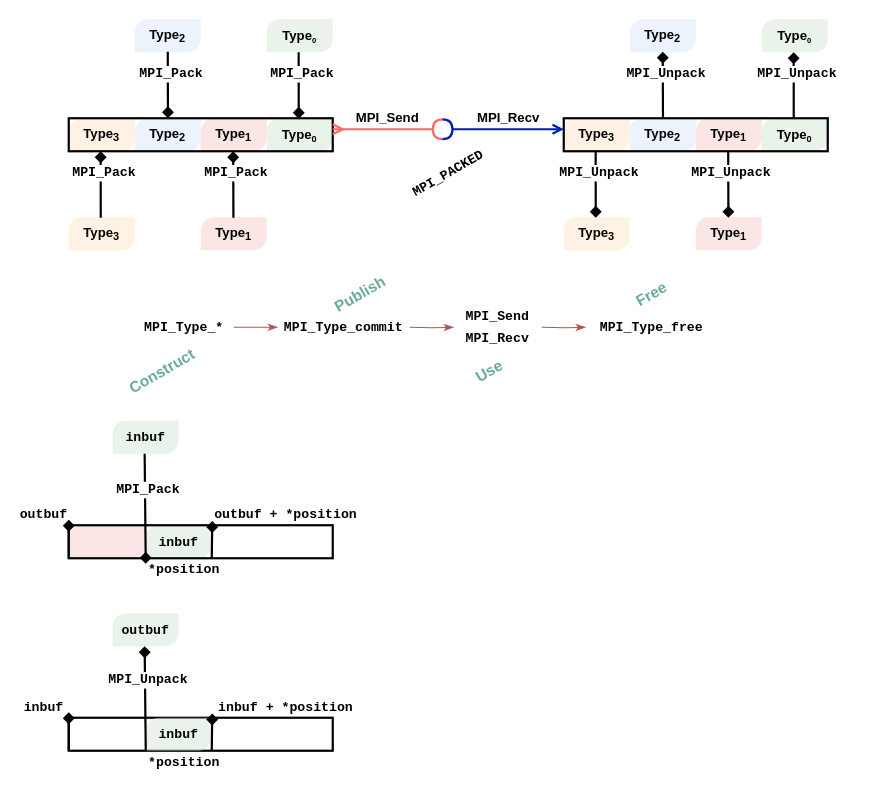
ENCCS/intermediate-mpi keeps this draw.io diagram as content/diagrams/derived-datatypes.drawio. Above is the earlier version. Source tidied: cells renumbered, new cells numbered last; positions are measured from the earlier drawing's top-left corner, leaving out a move shared by most shapes. Both pictures are drawn from the tidied source at 110%, with x=0, y=0 at pixel (19, 19).
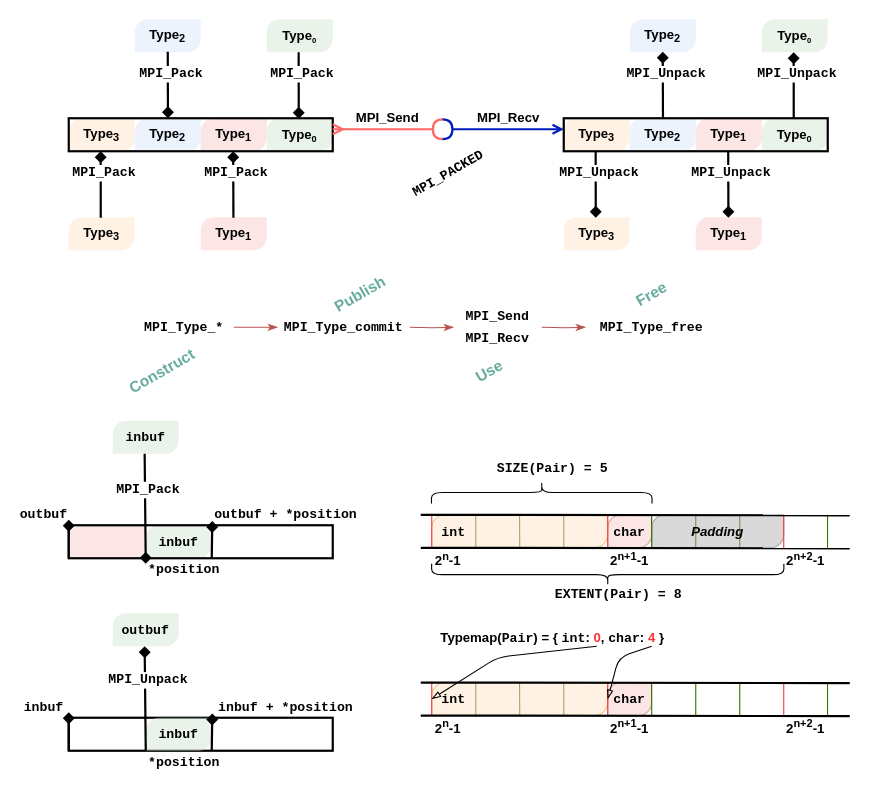
The same diagram, later.

Diff of the diagram source:
```diff
@@
+    <mxCell id="94" style="endArrow=none;html=1;strokeColor=#2D7600;fillColor=#60a917;" parent="1" edge="1">
+      <mxGeometry relative="1" as="geometry">
+        <mxPoint x="655" y="450.5" as="sourcePoint" />
+        <mxPoint x="655" y="480.5" as="targetPoint" />
+      </mxGeometry>
+    </mxCell>
+    <mxCell id="95" style="endArrow=none;html=1;strokeColor=#2D7600;fillColor=#60a917;" parent="1" edge="1">
+      <mxGeometry relative="1" as="geometry">
+        <mxPoint x="615" y="450.5" as="sourcePoint" />
+        <mxPoint x="615" y="480.5" as="targetPoint" />
+      </mxGeometry>
+    </mxCell>
+    <mxCell id="96" style="verticalLabelPosition=bottom;verticalAlign=top;html=1;shape=mxgraph.basic.diag_round_rect;dx=6;shadow=0;opacity=50;fontFamily=Helvetica;strokeColor=#666666;fontColor=#333333;fillColor=#B3B3B3;" parent="1" vertex="1">
+      <mxGeometry x="575" y="450.5" width="120" height="30" as="geometry" />
+    </mxCell>
+    <mxCell id="97" style="endArrow=none;html=1;strokeColor=#2D7600;fillColor=#60a917;" parent="1" edge="1">
+      <mxGeometry relative="1" as="geometry">
+        <mxPoint x="495" y="450.5" as="sourcePoint" />
+        <mxPoint x="495" y="480.5" as="targetPoint" />
+      </mxGeometry>
+    </mxCell>
+    <mxCell id="98" style="endArrow=none;html=1;strokeColor=#2D7600;fillColor=#60a917;" parent="1" edge="1">
+      <mxGeometry relative="1" as="geometry">
+        <mxPoint x="454.8" y="450.5" as="sourcePoint" />
+        <mxPoint x="455" y="480.5" as="targetPoint" />
+      </mxGeometry>
+    </mxCell>
+    <mxCell id="99" style="endArrow=none;html=1;strokeColor=#2D7600;fillColor=#60a917;" parent="1" edge="1">
+      <mxGeometry relative="1" as="geometry">
+        <mxPoint x="415" y="449.7" as="sourcePoint" />
+        <mxPoint x="415" y="481.5" as="targetPoint" />
+      </mxGeometry>
+    </mxCell>
+    <mxCell id="100" style="verticalLabelPosition=bottom;verticalAlign=top;html=1;shape=mxgraph.basic.diag_round_rect;dx=6;shadow=0;fillColor=#f8cecc;opacity=50;fontFamily=Helvetica;strokeColor=#b85450;" parent="1" vertex="1">
+      <mxGeometry x="535" y="450.5" width="40" height="30" as="geometry" />
+    </mxCell>
+    <mxCell id="101" style="verticalLabelPosition=bottom;verticalAlign=top;html=1;shape=mxgraph.basic.diag_round_rect;dx=6;shadow=0;fillColor=#ffe6cc;opacity=50;fontFamily=Helvetica;strokeColor=#d79b00;" parent="1" vertex="1">
+      <mxGeometry x="375" y="450.5" width="160" height="30" as="geometry" />
+    </mxCell>
@@
+    <mxCell id="102" value="&lt;b&gt;2&lt;sup&gt;n&lt;/sup&gt;-1&lt;/b&gt;" style="text;html=1;strokeColor=none;fillColor=none;align=center;verticalAlign=middle;whiteSpace=wrap;rounded=0;" parent="1" vertex="1">
+      <mxGeometry x="375" y="480.5" width="30" height="20" as="geometry" />
+    </mxCell>
+    <mxCell id="103" style="endArrow=none;html=1;entryX=0.5;entryY=1;entryDx=0;entryDy=0;strokeColor=#FF3333;" parent="1" edge="1">
+      <mxGeometry relative="1" as="geometry">
+        <mxPoint x="535" y="450" as="sourcePoint" />
+        <mxPoint x="535" y="480.5" as="targetPoint" />
+      </mxGeometry>
+    </mxCell>
+    <mxCell id="104" style="endArrow=none;html=1;strokeColor=#2D7600;fillColor=#60a917;" parent="1" edge="1">
+      <mxGeometry relative="1" as="geometry">
+        <mxPoint x="574.8" y="450.5" as="sourcePoint" />
+        <mxPoint x="575" y="480.5" as="targetPoint" />
+      </mxGeometry>
+    </mxCell>
+    <mxCell id="105" value="&lt;b&gt;2&lt;sup&gt;n+1&lt;/sup&gt;-1&lt;/b&gt;" style="text;html=1;strokeColor=none;fillColor=none;align=center;verticalAlign=middle;whiteSpace=wrap;rounded=0;" parent="1" vertex="1">
+      <mxGeometry x="535" y="480.5" width="40" height="20" as="geometry" />
+    </mxCell>
+    <mxCell id="106" style="endArrow=none;html=1;entryX=0.5;entryY=1;entryDx=0;entryDy=0;strokeColor=#FF3333;" parent="1" edge="1">
+      <mxGeometry relative="1" as="geometry">
+        <mxPoint x="375" y="449.5" as="sourcePoint" />
+        <mxPoint x="375" y="480.5" as="targetPoint" />
+      </mxGeometry>
+    </mxCell>
+    <mxCell id="107" value="&lt;font face=&quot;Courier New&quot;&gt;&lt;b&gt;int&lt;/b&gt;&lt;/font&gt;" style="text;html=1;strokeColor=none;fillColor=none;align=center;verticalAlign=middle;whiteSpace=wrap;rounded=0;" parent="1" vertex="1">
+      <mxGeometry x="375" y="455.5" width="40" height="20" as="geometry" />
+    </mxCell>
+    <mxCell id="108" value="&lt;font face=&quot;Courier New&quot;&gt;&lt;b&gt;char&lt;/b&gt;&lt;/font&gt;" style="text;html=1;strokeColor=none;fillColor=none;align=center;verticalAlign=middle;whiteSpace=wrap;rounded=0;" parent="1" vertex="1">
+      <mxGeometry x="535" y="455.5" width="40" height="20" as="geometry" />
+    </mxCell>
+    <mxCell id="109" style="endArrow=none;html=1;entryX=0.5;entryY=1;entryDx=0;entryDy=0;strokeColor=#FF3333;" parent="1" edge="1">
+      <mxGeometry relative="1" as="geometry">
+        <mxPoint x="695" y="450.5" as="sourcePoint" />
+        <mxPoint x="695" y="481" as="targetPoint" />
+      </mxGeometry>
+    </mxCell>
+    <mxCell id="110" value="&lt;b&gt;2&lt;sup&gt;n+2&lt;/sup&gt;-1&lt;/b&gt;" style="text;html=1;strokeColor=none;fillColor=none;align=center;verticalAlign=middle;whiteSpace=wrap;rounded=0;" parent="1" vertex="1">
+      <mxGeometry x="695" y="480.5" width="40" height="20" as="geometry" />
+    </mxCell>
+    <mxCell id="111" style="endArrow=none;html=1;strokeColor=#2D7600;fillColor=#60a917;" parent="1" edge="1">
+      <mxGeometry relative="1" as="geometry">
+        <mxPoint x="734.8" y="450.5" as="sourcePoint" />
+        <mxPoint x="734.8" y="480.5" as="targetPoint" />
+      </mxGeometry>
+    </mxCell>
+    <mxCell id="112" style="endArrow=none;html=1;strokeWidth=2;" parent="1" edge="1">
+      <mxGeometry relative="1" as="geometry">
+        <mxPoint x="365" y="450.5" as="sourcePoint" />
+        <mxPoint x="755" y="451" as="targetPoint" />
+      </mxGeometry>
+    </mxCell>
+    <mxCell id="113" style="endArrow=none;html=1;strokeWidth=2;" parent="1" edge="1">
+      <mxGeometry relative="1" as="geometry">
+        <mxPoint x="365" y="480.5" as="sourcePoint" />
+        <mxPoint x="755" y="481" as="targetPoint" />
+      </mxGeometry>
+    </mxCell>
+    <mxCell id="114" value="&lt;b&gt;&lt;i&gt;Padding&lt;/i&gt;&lt;/b&gt;" style="text;html=1;strokeColor=none;fillColor=none;align=center;verticalAlign=middle;whiteSpace=wrap;rounded=0;" parent="1" vertex="1">
+      <mxGeometry x="615" y="455.5" width="40" height="20" as="geometry" />
+    </mxCell>
+    <mxCell id="115" style="shape=curlyBracket;whiteSpace=wrap;html=1;rounded=1;fillColor=#B3B3B3;rotation=90;" parent="1" vertex="1">
+      <mxGeometry x="465" y="330" width="20" height="200.5" as="geometry" />
+    </mxCell>
+    <mxCell id="116" style="shape=curlyBracket;whiteSpace=wrap;html=1;rounded=1;fillColor=#B3B3B3;rotation=-90;" parent="1" vertex="1">
+      <mxGeometry x="525" y="344.8" width="20" height="320.2" as="geometry" />
+    </mxCell>
+    <mxCell id="117" value="&lt;font face=&quot;Courier New&quot;&gt;&lt;b&gt;SIZE(Pair) = 5&lt;/b&gt;&lt;/font&gt;" style="text;html=1;strokeColor=none;fillColor=none;align=center;verticalAlign=middle;whiteSpace=wrap;rounded=0;" parent="1" vertex="1">
+      <mxGeometry x="425" y="400" width="120" height="15" as="geometry" />
+    </mxCell>
+    <mxCell id="118" value="&lt;font face=&quot;Courier New&quot;&gt;&lt;b&gt;EXTENT(Pair) = 8&lt;/b&gt;&lt;/font&gt;" style="text;html=1;strokeColor=none;fillColor=none;align=center;verticalAlign=middle;whiteSpace=wrap;rounded=0;" parent="1" vertex="1">
+      <mxGeometry x="485" y="515.5" width="120" height="15" as="geometry" />
+    </mxCell>
+    <mxCell id="119" style="endArrow=none;html=1;strokeColor=#2D7600;fillColor=#60a917;" parent="1" edge="1">
+      <mxGeometry relative="1" as="geometry">
+        <mxPoint x="655" y="603" as="sourcePoint" />
+        <mxPoint x="655" y="633" as="targetPoint" />
+      </mxGeometry>
+    </mxCell>
+    <mxCell id="120" style="endArrow=none;html=1;strokeColor=#2D7600;fillColor=#60a917;" parent="1" edge="1">
+      <mxGeometry relative="1" as="geometry">
+        <mxPoint x="615" y="603" as="sourcePoint" />
+        <mxPoint x="615" y="633" as="targetPoint" />
+      </mxGeometry>
+    </mxCell>
+    <mxCell id="121" style="endArrow=none;html=1;strokeColor=#2D7600;fillColor=#60a917;" parent="1" edge="1">
+      <mxGeometry relative="1" as="geometry">
+        <mxPoint x="495" y="603" as="sourcePoint" />
+        <mxPoint x="495" y="633" as="targetPoint" />
+      </mxGeometry>
+    </mxCell>
+    <mxCell id="122" style="endArrow=none;html=1;strokeColor=#2D7600;fillColor=#60a917;" parent="1" edge="1">
+      <mxGeometry relative="1" as="geometry">
+        <mxPoint x="454.8" y="603" as="sourcePoint" />
+        <mxPoint x="455" y="633" as="targetPoint" />
+      </mxGeometry>
+    </mxCell>
+    <mxCell id="123" style="endArrow=none;html=1;strokeColor=#2D7600;fillColor=#60a917;" parent="1" edge="1">
+      <mxGeometry relative="1" as="geometry">
+        <mxPoint x="415" y="602.2" as="sourcePoint" />
+        <mxPoint x="415" y="634" as="targetPoint" />
+      </mxGeometry>
+    </mxCell>
+    <mxCell id="124" style="verticalLabelPosition=bottom;verticalAlign=top;html=1;shape=mxgraph.basic.diag_round_rect;dx=6;shadow=0;fillColor=#f8cecc;opacity=50;fontFamily=Helvetica;strokeColor=#b85450;" parent="1" vertex="1">
+      <mxGeometry x="535" y="603" width="40" height="30" as="geometry" />
+    </mxCell>
+    <mxCell id="125" style="verticalLabelPosition=bottom;verticalAlign=top;html=1;shape=mxgraph.basic.diag_round_rect;dx=6;shadow=0;fillColor=#ffe6cc;opacity=50;fontFamily=Helvetica;strokeColor=#d79b00;" parent="1" vertex="1">
+      <mxGeometry x="375" y="603" width="160" height="30" as="geometry" />
+    </mxCell>
+    <mxCell id="126" value="&lt;b&gt;2&lt;sup&gt;n&lt;/sup&gt;-1&lt;/b&gt;" style="text;html=1;strokeColor=none;fillColor=none;align=center;verticalAlign=middle;whiteSpace=wrap;rounded=0;" parent="1" vertex="1">
+      <mxGeometry x="375" y="633" width="30" height="20" as="geometry" />
+    </mxCell>
+    <mxCell id="127" style="endArrow=none;html=1;entryX=0.5;entryY=1;entryDx=0;entryDy=0;strokeColor=#FF3333;" parent="1" edge="1">
+      <mxGeometry relative="1" as="geometry">
+        <mxPoint x="535" y="602.5" as="sourcePoint" />
+        <mxPoint x="535" y="633" as="targetPoint" />
+      </mxGeometry>
+    </mxCell>
+    <mxCell id="128" style="endArrow=none;html=1;strokeColor=#2D7600;fillColor=#60a917;" parent="1" edge="1">
+      <mxGeometry relative="1" as="geometry">
+        <mxPoint x="574.8" y="603" as="sourcePoint" />
+        <mxPoint x="575" y="633" as="targetPoint" />
+      </mxGeometry>
+    </mxCell>
+    <mxCell id="129" value="&lt;b&gt;2&lt;sup&gt;n+1&lt;/sup&gt;-1&lt;/b&gt;" style="text;html=1;strokeColor=none;fillColor=none;align=center;verticalAlign=middle;whiteSpace=wrap;rounded=0;" parent="1" vertex="1">
+      <mxGeometry x="535" y="633" width="40" height="20" as="geometry" />
+    </mxCell>
+    <mxCell id="130" style="endArrow=none;html=1;entryX=0.5;entryY=1;entryDx=0;entryDy=0;strokeColor=#FF3333;" parent="1" edge="1">
+      <mxGeometry relative="1" as="geometry">
+        <mxPoint x="375" y="602" as="sourcePoint" />
+        <mxPoint x="375" y="633" as="targetPoint" />
+      </mxGeometry>
+    </mxCell>
+    <mxCell id="131" value="&lt;font face=&quot;Courier New&quot;&gt;&lt;b&gt;int&lt;/b&gt;&lt;/font&gt;" style="text;html=1;strokeColor=none;fillColor=none;align=center;verticalAlign=middle;whiteSpace=wrap;rounded=0;" parent="1" vertex="1">
+      <mxGeometry x="375" y="608" width="40" height="20" as="geometry" />
+    </mxCell>
+    <mxCell id="132" value="&lt;font face=&quot;Courier New&quot;&gt;&lt;b&gt;char&lt;/b&gt;&lt;/font&gt;" style="text;html=1;strokeColor=none;fillColor=none;align=center;verticalAlign=middle;whiteSpace=wrap;rounded=0;" parent="1" vertex="1">
+      <mxGeometry x="535" y="608" width="40" height="20" as="geometry" />
+    </mxCell>
+    <mxCell id="133" style="endArrow=none;html=1;entryX=0.5;entryY=1;entryDx=0;entryDy=0;strokeColor=#FF3333;" parent="1" edge="1">
+      <mxGeometry relative="1" as="geometry">
+        <mxPoint x="695" y="603" as="sourcePoint" />
+        <mxPoint x="695" y="633.5" as="targetPoint" />
+      </mxGeometry>
+    </mxCell>
+    <mxCell id="134" value="&lt;b&gt;2&lt;sup&gt;n+2&lt;/sup&gt;-1&lt;/b&gt;" style="text;html=1;strokeColor=none;fillColor=none;align=center;verticalAlign=middle;whiteSpace=wrap;rounded=0;" parent="1" vertex="1">
+      <mxGeometry x="695" y="633" width="40" height="20" as="geometry" />
+    </mxCell>
+    <mxCell id="135" style="endArrow=none;html=1;strokeColor=#2D7600;fillColor=#60a917;" parent="1" edge="1">
+      <mxGeometry relative="1" as="geometry">
+        <mxPoint x="734.8" y="603" as="sourcePoint" />
+        <mxPoint x="734.8" y="633" as="targetPoint" />
+      </mxGeometry>
+    </mxCell>
+    <mxCell id="136" style="endArrow=none;html=1;strokeWidth=2;" parent="1" edge="1">
+      <mxGeometry relative="1" as="geometry">
+        <mxPoint x="365" y="633" as="sourcePoint" />
+        <mxPoint x="755" y="633.5" as="targetPoint" />
+      </mxGeometry>
+    </mxCell>
+    <mxCell id="137" value="&lt;b&gt;Typemap(&lt;font face=&quot;Courier New&quot;&gt;Pair&lt;/font&gt;) =&amp;nbsp;{ &lt;font face=&quot;Courier New&quot;&gt;int&lt;/font&gt;: &lt;font color=&quot;#ff3333&quot;&gt;0&lt;/font&gt;, &lt;font face=&quot;Courier New&quot;&gt;char&lt;/font&gt;: &lt;font color=&quot;#ff3333&quot;&gt;4&lt;/font&gt; }&lt;/b&gt;" style="text;html=1;strokeColor=none;fillColor=none;align=center;verticalAlign=middle;whiteSpace=wrap;rounded=0;" parent="1" vertex="1">
+      <mxGeometry x="375" y="555" width="220" height="15" as="geometry" />
+    </mxCell>
+    <mxCell id="138" style="endArrow=blockThin;html=1;strokeColor=#000000;strokeWidth=1;endFill=0;entryX=0;entryY=0.5;entryDx=0;entryDy=0;" parent="1" edge="1" target="131">
+      <mxGeometry relative="1" as="geometry">
+        <mxPoint x="525" y="570" as="sourcePoint" />
+        <Array as="points">
+          <mxPoint x="435" y="580" />
+        </Array>
+      </mxGeometry>
+    </mxCell>
+    <mxCell id="139" style="endArrow=blockThin;html=1;strokeColor=#000000;strokeWidth=1;endFill=0;entryX=0;entryY=0.5;entryDx=0;entryDy=0;" parent="1" edge="1" target="132">
+      <mxGeometry relative="1" as="geometry">
+        <mxPoint x="575" y="570" as="sourcePoint" />
+        <Array as="points">
+          <mxPoint x="545" y="580" />
+        </Array>
+      </mxGeometry>
+    </mxCell>
+    <mxCell id="140" style="endArrow=none;html=1;strokeWidth=2;" parent="1" edge="1">
+      <mxGeometry relative="1" as="geometry">
+        <mxPoint x="365" y="603" as="sourcePoint" />
+        <mxPoint x="755" y="603.5" as="targetPoint" />
+      </mxGeometry>
+    </mxCell>
```
